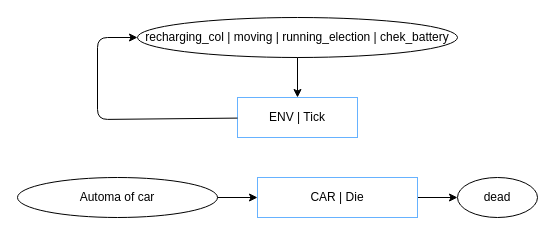
Earlier version of the draw.io diagram relazione/automa_macchina_global_events.drawio (kraots94/Sistemi). Source tidied: cells renumbered, new cells numbered last; positions are measured from the earlier drawing's top-left corner, leaving out a move shared by most shapes. Both pictures are drawn from the tidied source at 100%, with x=0, y=0 at pixel (17, 17).
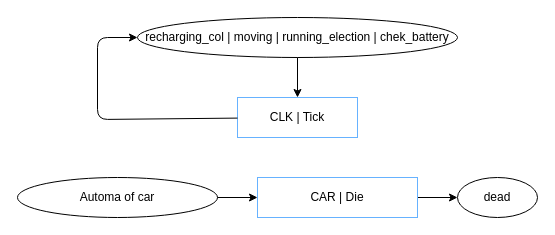
The same diagram, later.

Change to the diagram source:
```diff
@@
 <mxGraphModel>
   <root>
     <mxCell id="0" />
     <mxCell id="1" parent="0" />
-    <mxCell id="2" value="ENV | Tick" style="rounded=0;whiteSpace=wrap;html=1;strokeColor=#66B2FF;fillColor=none;" parent="1" vertex="1">
+    <mxCell id="2" value="CLK | Tick" style="rounded=0;whiteSpace=wrap;html=1;strokeColor=#66B2FF;fillColor=none;" parent="1" vertex="1">
       <mxGeometry x="220" y="80" width="120" height="40" as="geometry" />
     </mxCell>
     <mxCell id="3" value="recharging_col | moving | running_election | chek_battery" style="ellipse;whiteSpace=wrap;html=1;" parent="1" vertex="1">
       <mxGeometry x="120" width="320" height="40" as="geometry" />
     </mxCell>
     <mxCell id="4" style="endArrow=classic;html=1;" parent="1" edge="1" source="3" target="2">
       <mxGeometry relative="1" as="geometry" />
     </mxCell>
     <mxCell id="5" style="endArrow=classic;html=1;" parent="1" edge="1" source="2" target="3">
       <mxGeometry relative="1" as="geometry">
         <Array as="points">
           <mxPoint x="80" y="102" />
           <mxPoint x="80" y="20" />
         </Array>
       </mxGeometry>
     </mxCell>
     <mxCell id="6" value="dead" style="ellipse;whiteSpace=wrap;html=1;" parent="1" vertex="1">
       <mxGeometry x="440" y="160" width="80" height="40" as="geometry" />
     </mxCell>
     <mxCell id="7" style="endArrow=classic;html=1;" parent="1" edge="1" source="8" target="6">
       <mxGeometry relative="1" as="geometry" />
     </mxCell>
     <mxCell id="8" value="CAR | Die" style="rounded=0;whiteSpace=wrap;html=1;fillColor=none;strokeColor=#66B2FF;" parent="1" vertex="1">
       <mxGeometry x="240" y="160" width="160" height="40" as="geometry" />
     </mxCell>
     <mxCell id="9" value="Automa of car" style="ellipse;whiteSpace=wrap;html=1;" parent="1" vertex="1">
       <mxGeometry y="160" width="200" height="40" as="geometry" />
     </mxCell>
     <mxCell id="10" style="endArrow=classic;html=1;" parent="1" edge="1" source="9" target="8">
       <mxGeometry relative="1" as="geometry" />
     </mxCell>
   </root>
 </mxGraphModel>
```
